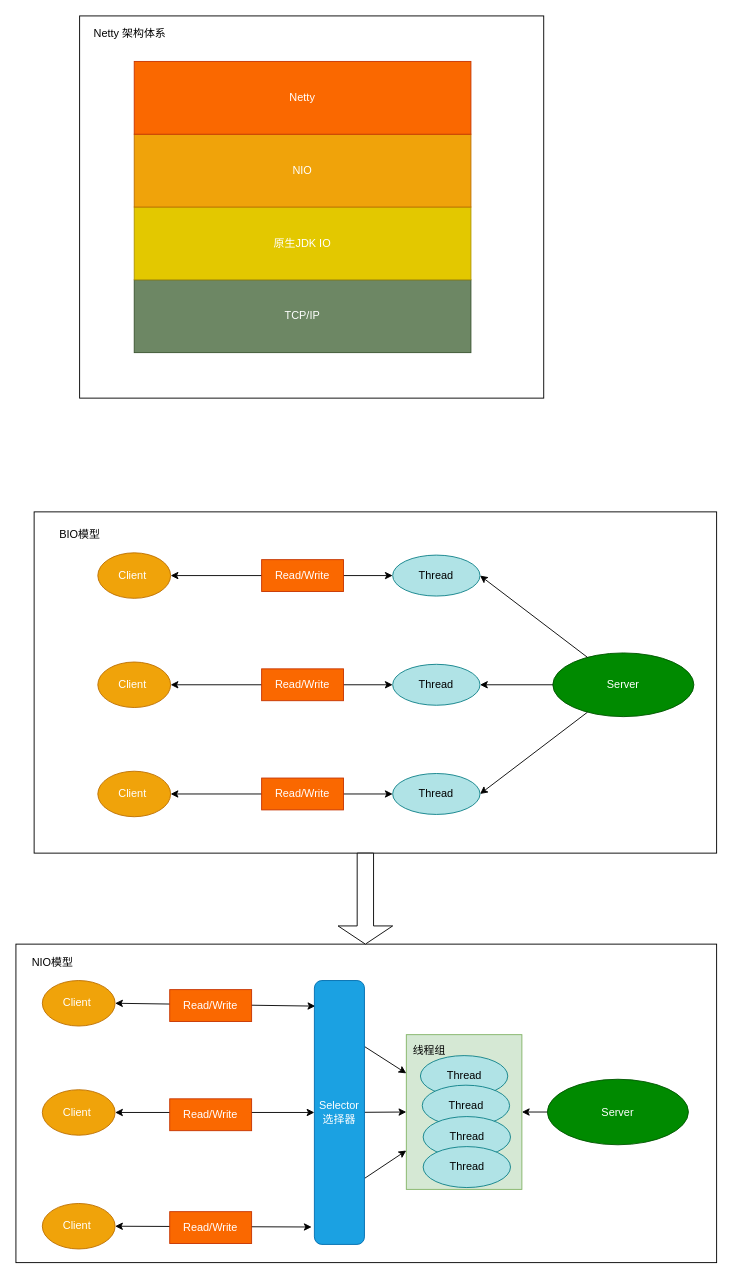
Before: netty-stu.drawio in FifteenLab/test, a draw.io diagram. Source tidied: cells renumbered, new cells numbered last; positions are measured from the earlier drawing's top-left corner, leaving out a move shared by most shapes. Both pictures are drawn from the tidied source at 91%, with x=0, y=0 at pixel (15, 15).
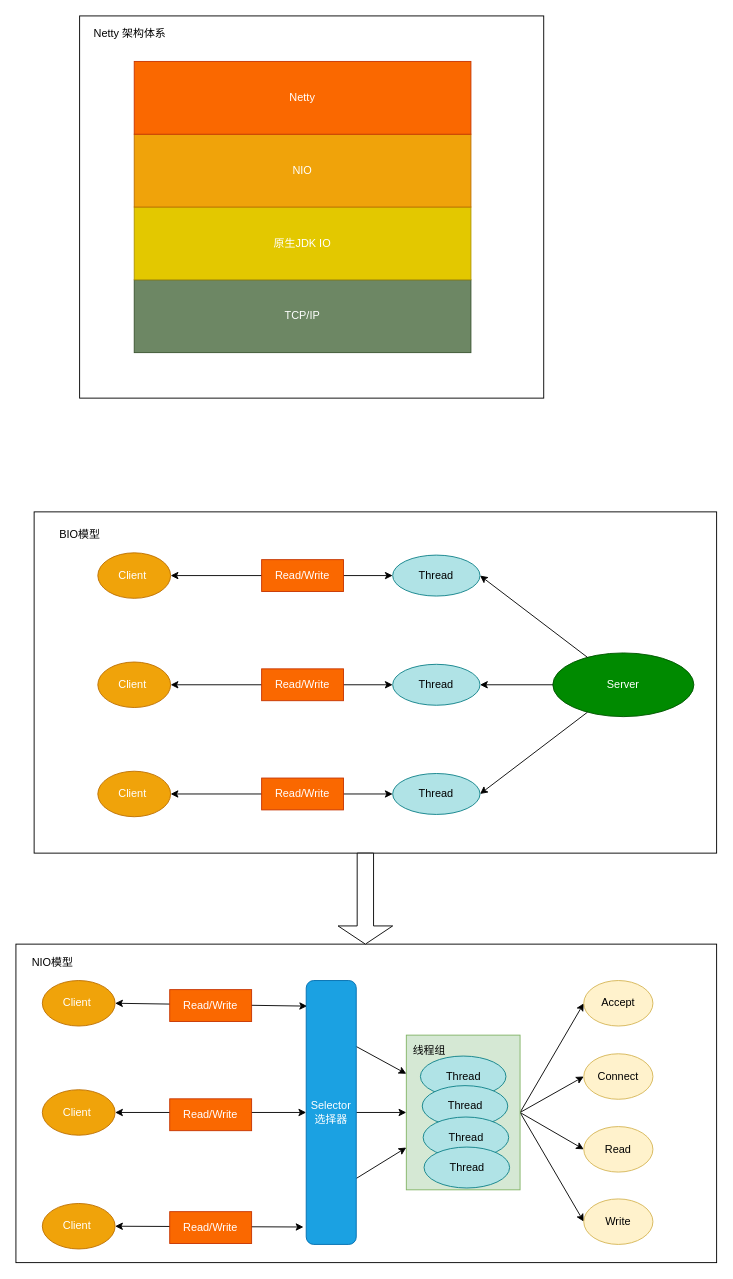
After the change.

Change to the diagram source:
```diff
@@
+    <mxCell id="50" style="edgeStyle=none;rounded=0;jettySize=auto;html=1;exitX=1;exitY=0.5;exitDx=0;exitDy=0;entryX=0;entryY=0.5;entryDx=0;entryDy=0;startArrow=none;startFill=0;endArrow=classic;endFill=1;" parent="1" edge="1" source="3" target="54">
+      <mxGeometry relative="1" as="geometry" />
+    </mxCell>
+    <mxCell id="51" style="edgeStyle=none;rounded=0;jettySize=auto;html=1;entryX=0;entryY=0.5;entryDx=0;entryDy=0;startArrow=none;startFill=0;endArrow=classic;endFill=1;exitX=1;exitY=0.5;exitDx=0;exitDy=0;" parent="1" edge="1" source="3" target="56">
+      <mxGeometry relative="1" as="geometry" />
+    </mxCell>
+    <mxCell id="52" style="edgeStyle=none;rounded=0;jettySize=auto;html=1;exitX=1;exitY=0.5;exitDx=0;exitDy=0;entryX=0;entryY=0.5;entryDx=0;entryDy=0;startArrow=none;startFill=0;endArrow=classic;endFill=1;" parent="1" edge="1" source="3" target="55">
+      <mxGeometry relative="1" as="geometry" />
+    </mxCell>
+    <mxCell id="53" style="edgeStyle=none;rounded=0;jettySize=auto;html=1;exitX=1;exitY=0.5;exitDx=0;exitDy=0;entryX=0;entryY=0.5;entryDx=0;entryDy=0;startArrow=none;startFill=0;endArrow=classic;endFill=1;" parent="1" edge="1" source="3" target="57">
+      <mxGeometry relative="1" as="geometry" />
+    </mxCell>
     <mxCell id="3" style="rounded=0;whiteSpace=wrap;html=1;fillColor=#d5e8d4;strokeColor=#82b366;" parent="1" vertex="1">
-      <mxGeometry x="429" y="1119.5" width="127" height="170" as="geometry" />
+      <mxGeometry x="429" y="1120" width="125" height="170" as="geometry" />
     </mxCell>
@@
-    <mxCell id="29" style="edgeStyle=none;rounded=0;jettySize=auto;html=1;exitX=0;exitY=0.5;exitDx=0;exitDy=0;entryX=1;entryY=0.5;entryDx=0;entryDy=0;startArrow=none;startFill=0;endArrow=classic;endFill=1;" parent="1" edge="1" source="30" target="3">
-      <mxGeometry relative="1" as="geometry" />
-    </mxCell>
-    <mxCell id="30" value="Server" style="ellipse;whiteSpace=wrap;html=1;fillColor=#008a00;strokeColor=#005700;fontColor=#ffffff;" parent="1" vertex="1">
-      <mxGeometry x="584" y="1168.5" width="155" height="72" as="geometry" />
-    </mxCell>
@@
     <mxCell id="33" value="Thread" style="ellipse;whiteSpace=wrap;html=1;fillColor=#b0e3e6;strokeColor=#0e8088;" parent="1" vertex="1">
-      <mxGeometry x="444.5" y="1142.5" width="96" height="45" as="geometry" />
+      <mxGeometry x="444.5" y="1143" width="94" height="45" as="geometry" />
     </mxCell>
@@
     <mxCell id="37" value="Thread" style="ellipse;whiteSpace=wrap;html=1;fillColor=#b0e3e6;strokeColor=#0e8088;" parent="1" vertex="1">
-      <mxGeometry x="446.5" y="1175" width="96" height="45" as="geometry" />
+      <mxGeometry x="446.5" y="1175.5" width="94" height="45" as="geometry" />
     </mxCell>
@@
     <mxCell id="41" value="Thread" style="ellipse;whiteSpace=wrap;html=1;fillColor=#b0e3e6;strokeColor=#0e8088;" parent="1" vertex="1">
-      <mxGeometry x="447.5" y="1209.5" width="96" height="45" as="geometry" />
+      <mxGeometry x="447.5" y="1210" width="94" height="45" as="geometry" />
     </mxCell>
@@
     <mxCell id="47" value="Selector&lt;br&gt;选择器" style="rounded=1;whiteSpace=wrap;html=1;fillColor=#1ba1e2;strokeColor=#006EAF;fontColor=#ffffff;" parent="1" vertex="1">
-      <mxGeometry x="328" y="1060" width="55" height="290" as="geometry" />
+      <mxGeometry x="319" y="1060" width="55" height="290" as="geometry" />
     </mxCell>
     <mxCell id="48" value="线程组" style="text;html=1;align=center;verticalAlign=middle;" parent="1" vertex="1">
-      <mxGeometry x="429" y="1126.5" width="50" height="20" as="geometry" />
+      <mxGeometry x="429" y="1127" width="50" height="20" as="geometry" />
     </mxCell>
     <mxCell id="49" value="Thread" style="ellipse;whiteSpace=wrap;html=1;fillColor=#b0e3e6;strokeColor=#0e8088;" parent="1" vertex="1">
-      <mxGeometry x="447.5" y="1242.5" width="96" height="45" as="geometry" />
+      <mxGeometry x="448.5" y="1243" width="94" height="45" as="geometry" />
     </mxCell>
+    <mxCell id="54" value="Accept" style="ellipse;whiteSpace=wrap;html=1;fillColor=#fff2cc;strokeColor=#d6b656;" parent="1" vertex="1">
+      <mxGeometry x="624" y="1060" width="76" height="50" as="geometry" />
+    </mxCell>
+    <mxCell id="55" value="Read" style="ellipse;whiteSpace=wrap;html=1;fillColor=#fff2cc;strokeColor=#d6b656;" parent="1" vertex="1">
+      <mxGeometry x="624" y="1220.5" width="76" height="50" as="geometry" />
+    </mxCell>
+    <mxCell id="56" value="Connect" style="ellipse;whiteSpace=wrap;html=1;fillColor=#fff2cc;strokeColor=#d6b656;" parent="1" vertex="1">
+      <mxGeometry x="624" y="1140.5" width="76" height="50" as="geometry" />
+    </mxCell>
+    <mxCell id="57" value="Write" style="ellipse;whiteSpace=wrap;html=1;fillColor=#fff2cc;strokeColor=#d6b656;" parent="1" vertex="1">
+      <mxGeometry x="624" y="1300" width="76" height="50" as="geometry" />
+    </mxCell>
```
